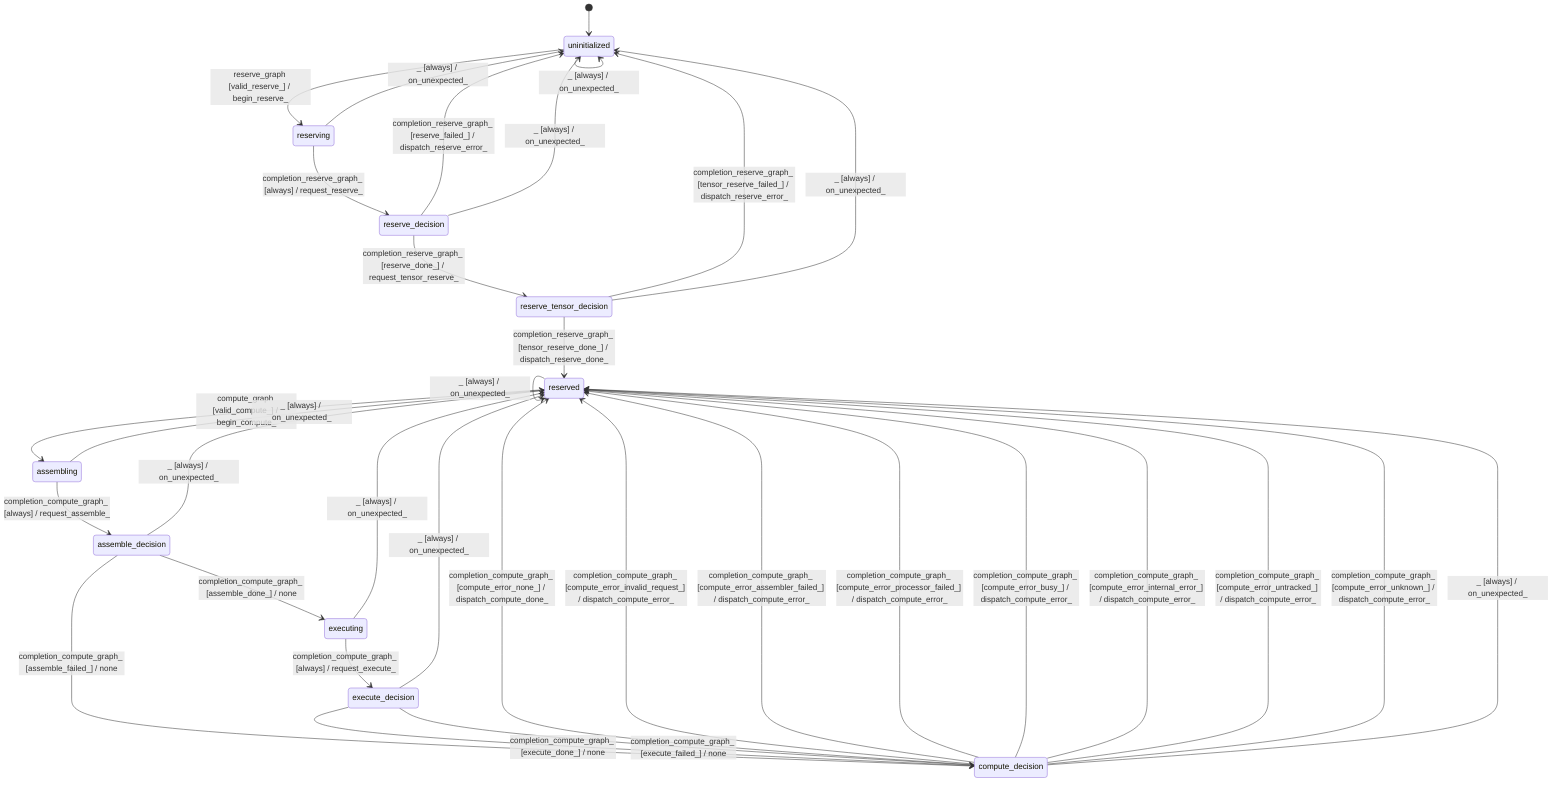
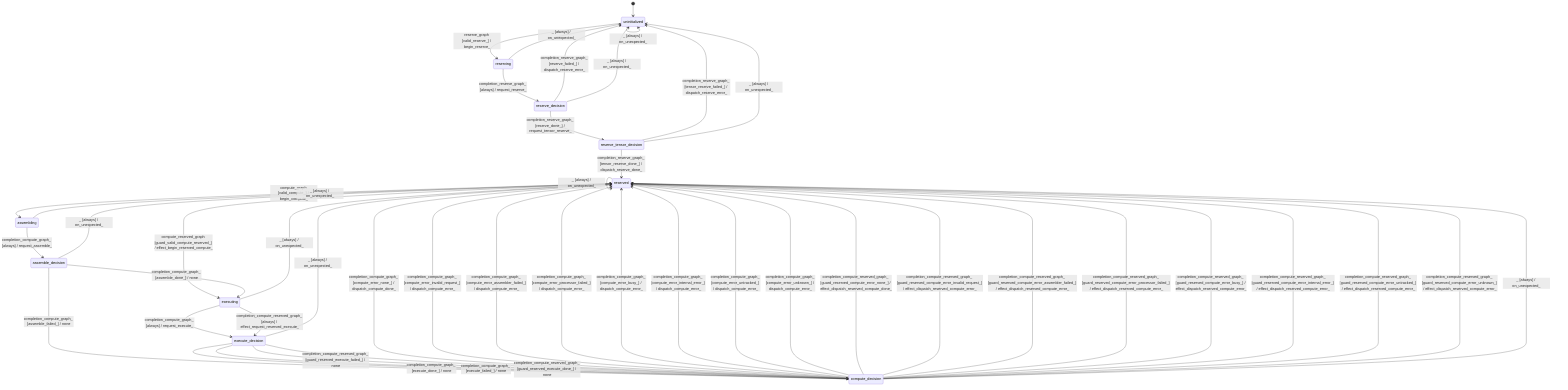
stateDiagram-v2
  direction TB
  [*] --> uninitialized
  uninitialized --> reserving : reserve_graph [valid_reserve_] / begin_reserve_
  uninitialized --> uninitialized : reserve_graph [invalid_reserve_with_dispatchable_output_] / reject_invalid_reserve_with_dispatch_
  uninitialized --> uninitialized : reserve_graph [invalid_reserve_with_output_only_] / reject_invalid_reserve_with_output_only_
  uninitialized --> uninitialized : reserve_graph [invalid_reserve_without_output_] / reject_invalid_reserve_without_output_
  reserved --> reserved : reserve_graph [valid_reserve_] / reject_invalid_reserve_with_dispatch_
  reserved --> reserved : reserve_graph [invalid_reserve_with_dispatchable_output_] / reject_invalid_reserve_with_dispatch_
  reserved --> reserved : reserve_graph [invalid_reserve_with_output_only_] / reject_invalid_reserve_with_output_only_
  reserved --> reserved : reserve_graph [invalid_reserve_without_output_] / reject_invalid_reserve_without_output_
  reserving --> reserve_decision : completion_reserve_graph_ [always] / request_reserve_
  reserve_decision --> reserve_tensor_decision : completion_reserve_graph_ [reserve_done_] / request_tensor_reserve_
  reserve_tensor_decision --> reserved : completion_reserve_graph_ [tensor_reserve_done_] / dispatch_reserve_done_
  reserve_decision --> uninitialized : completion_reserve_graph_ [reserve_failed_] / dispatch_reserve_error_
  reserve_tensor_decision --> uninitialized : completion_reserve_graph_ [tensor_reserve_failed_] / dispatch_reserve_error_
  reserved --> assembling : compute_graph [valid_compute_] / begin_compute_
  reserved --> reserved : compute_graph [invalid_compute_with_dispatchable_output_] / reject_invalid_compute_with_dispatch_
  reserved --> reserved : compute_graph [invalid_compute_with_output_only_] / reject_invalid_compute_with_output_only_
  reserved --> reserved : compute_graph [invalid_compute_without_output_] / reject_invalid_compute_without_output_
  uninitialized --> uninitialized : compute_graph [valid_compute_] / reject_invalid_compute_with_dispatch_
  uninitialized --> uninitialized : compute_graph [invalid_compute_with_dispatchable_output_] / reject_invalid_compute_with_dispatch_
  uninitialized --> uninitialized : compute_graph [invalid_compute_with_output_only_] / reject_invalid_compute_with_output_only_
  uninitialized --> uninitialized : compute_graph [invalid_compute_without_output_] / reject_invalid_compute_without_output_
+   reserved --> executing : compute_reserved_graph [guard_valid_compute_reserved_] / effect_begin_reserved_compute_
+   reserved --> reserved : compute_reserved_graph [guard_invalid_compute_reserved_with_dispatchable_output_] / effect_reject_invalid_reserved_compute_with_dispatch_
+   reserved --> reserved : compute_reserved_graph [guard_invalid_compute_reserved_with_output_only_] / effect_reject_invalid_reserved_compute_with_output_only_
+   reserved --> reserved : compute_reserved_graph [guard_invalid_compute_reserved_without_output_] / effect_reject_invalid_reserved_compute_without_output_
+   uninitialized --> uninitialized : compute_reserved_graph [guard_valid_compute_reserved_] / effect_reject_invalid_reserved_compute_with_dispatch_
+   uninitialized --> uninitialized : compute_reserved_graph [guard_invalid_compute_reserved_with_dispatchable_output_] / effect_reject_invalid_reserved_compute_with_dispatch_
+   uninitialized --> uninitialized : compute_reserved_graph [guard_invalid_compute_reserved_with_output_only_] / effect_reject_invalid_reserved_compute_with_output_only_
+   uninitialized --> uninitialized : compute_reserved_graph [guard_invalid_compute_reserved_without_output_] / effect_reject_invalid_reserved_compute_without_output_
  assembling --> assemble_decision : completion_compute_graph_ [always] / request_assemble_
  assemble_decision --> executing : completion_compute_graph_ [assemble_done_] / none
  assemble_decision --> compute_decision : completion_compute_graph_ [assemble_failed_] / none
  executing --> execute_decision : completion_compute_graph_ [always] / request_execute_
  execute_decision --> compute_decision : completion_compute_graph_ [execute_done_] / none
  execute_decision --> compute_decision : completion_compute_graph_ [execute_failed_] / none
+   executing --> execute_decision : completion_compute_reserved_graph_ [always] / effect_request_reserved_execute_
+   execute_decision --> compute_decision : completion_compute_reserved_graph_ [guard_reserved_execute_done_] / none
+   execute_decision --> compute_decision : completion_compute_reserved_graph_ [guard_reserved_execute_failed_] / none
  compute_decision --> reserved : completion_compute_graph_ [compute_error_none_] / dispatch_compute_done_
  compute_decision --> reserved : completion_compute_graph_ [compute_error_invalid_request_] / dispatch_compute_error_
  compute_decision --> reserved : completion_compute_graph_ [compute_error_assembler_failed_] / dispatch_compute_error_
  compute_decision --> reserved : completion_compute_graph_ [compute_error_processor_failed_] / dispatch_compute_error_
  compute_decision --> reserved : completion_compute_graph_ [compute_error_busy_] / dispatch_compute_error_
  compute_decision --> reserved : completion_compute_graph_ [compute_error_internal_error_] / dispatch_compute_error_
  compute_decision --> reserved : completion_compute_graph_ [compute_error_untracked_] / dispatch_compute_error_
  compute_decision --> reserved : completion_compute_graph_ [compute_error_unknown_] / dispatch_compute_error_
+   compute_decision --> reserved : completion_compute_reserved_graph_ [guard_reserved_compute_error_none_] / effect_dispatch_reserved_compute_done_
+   compute_decision --> reserved : completion_compute_reserved_graph_ [guard_reserved_compute_error_invalid_request_] / effect_dispatch_reserved_compute_error_
+   compute_decision --> reserved : completion_compute_reserved_graph_ [guard_reserved_compute_error_assembler_failed_] / effect_dispatch_reserved_compute_error_
+   compute_decision --> reserved : completion_compute_reserved_graph_ [guard_reserved_compute_error_processor_failed_] / effect_dispatch_reserved_compute_error_
+   compute_decision --> reserved : completion_compute_reserved_graph_ [guard_reserved_compute_error_busy_] / effect_dispatch_reserved_compute_error_
+   compute_decision --> reserved : completion_compute_reserved_graph_ [guard_reserved_compute_error_internal_error_] / effect_dispatch_reserved_compute_error_
+   compute_decision --> reserved : completion_compute_reserved_graph_ [guard_reserved_compute_error_untracked_] / effect_dispatch_reserved_compute_error_
+   compute_decision --> reserved : completion_compute_reserved_graph_ [guard_reserved_compute_error_unknown_] / effect_dispatch_reserved_compute_error_
  uninitialized --> uninitialized : _ [always] / on_unexpected_
  reserved --> reserved : _ [always] / on_unexpected_
  reserving --> uninitialized : _ [always] / on_unexpected_
  reserve_decision --> uninitialized : _ [always] / on_unexpected_
  reserve_tensor_decision --> uninitialized : _ [always] / on_unexpected_
  assembling --> reserved : _ [always] / on_unexpected_
  assemble_decision --> reserved : _ [always] / on_unexpected_
  executing --> reserved : _ [always] / on_unexpected_
  execute_decision --> reserved : _ [always] / on_unexpected_
  compute_decision --> reserved : _ [always] / on_unexpected_
